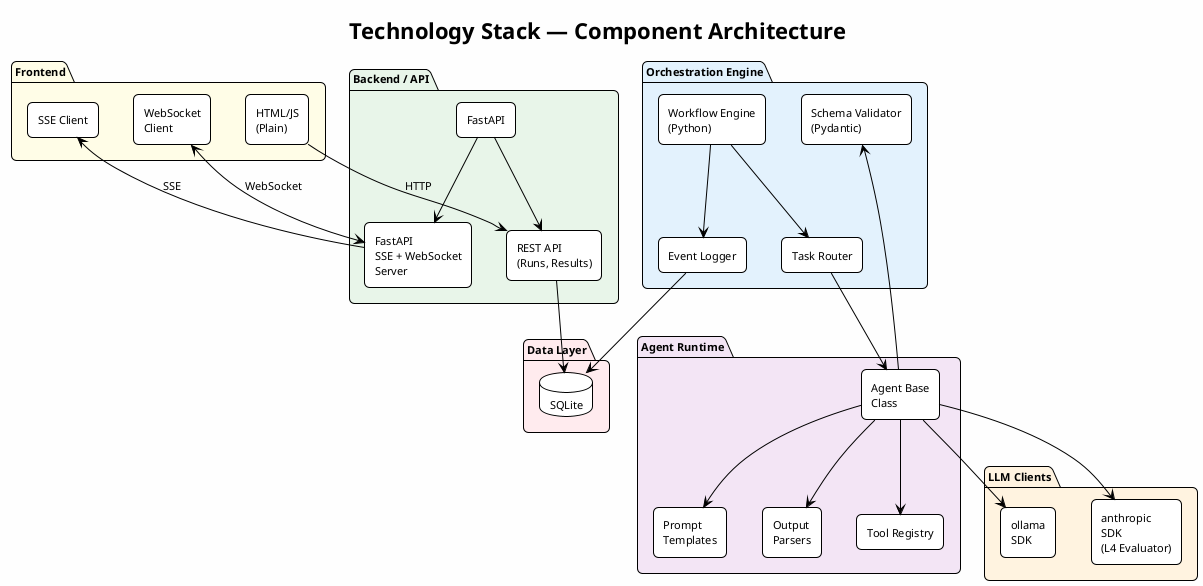
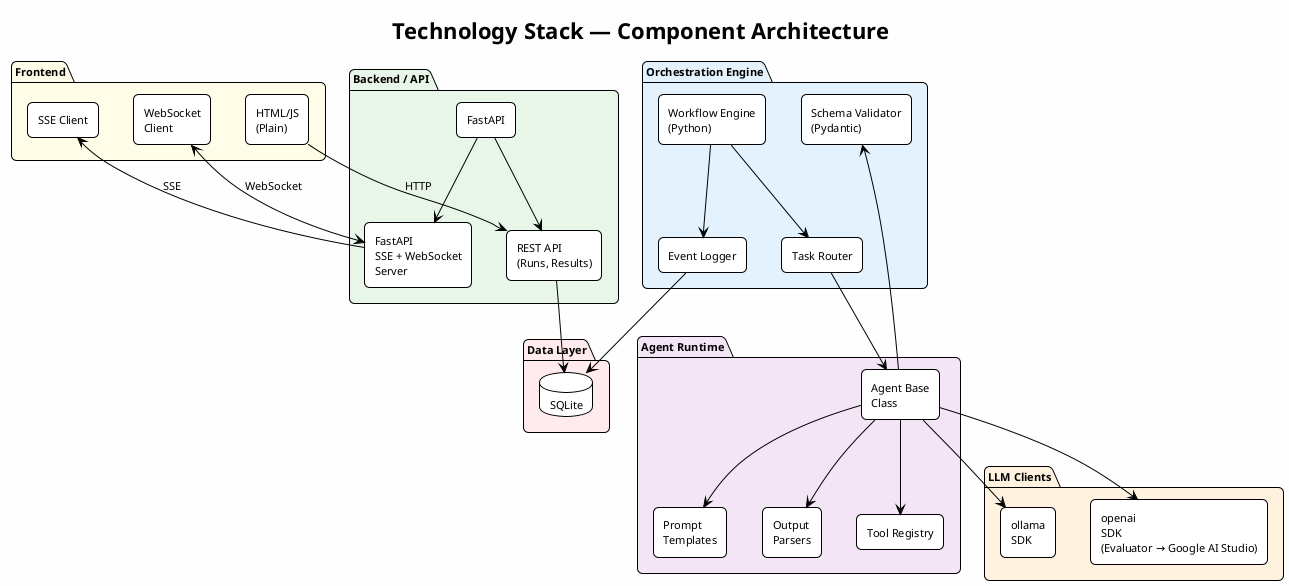
@startuml tech_stack
!theme plain
skinparam backgroundColor #FEFEFE
skinparam defaultFontName "Segoe UI"
skinparam defaultFontSize 11
skinparam shadowing false
skinparam roundCorner 10
skinparam componentStyle rectangle

title **Technology Stack — Component Architecture**

package "Frontend" #FFFDE7 {
  component "HTML/JS\n(Plain)" as htmljs
  component "SSE Client" as sseclient
  component "WebSocket\nClient" as wsclient
}

package "Backend / API" #E8F5E9 {
  component "FastAPI" as fastapi
  component "FastAPI\nSSE + WebSocket\nServer" as rtserver
  component "REST API\n(Runs, Results)" as rest
}

package "Orchestration Engine" #E3F2FD {
  component "Workflow Engine\n(Python)" as workflow
  component "Task Router" as tasker
  component "Schema Validator\n(Pydantic)" as pydantic
  component "Event Logger" as evlog
}

package "Agent Runtime" #F3E5F5 {
  component "Agent Base\nClass" as agentbase
  component "Tool Registry" as tools
  component "Prompt\nTemplates" as prompts
  component "Output\nParsers" as parsers
}

package "LLM Clients" #FFF3E0 {
  component "ollama\nSDK" as ollama
-   component "anthropic\nSDK\n(L4 Evaluator)" as anth
+   component "openai\nSDK\n(Evaluator → Google AI Studio)" as google_sdk
}

package "Data Layer" #FFEBEE {
  database "SQLite" as sqlite
}

wsclient <--> rtserver : "WebSocket"
sseclient <-- rtserver : "SSE"
rest <-- htmljs : "HTTP"

fastapi --> rtserver
fastapi --> rest

workflow --> tasker
tasker --> agentbase
agentbase --> pydantic
agentbase --> tools
agentbase --> prompts
agentbase --> parsers
workflow --> evlog

agentbase --> ollama
- agentbase --> anth
+ agentbase --> google_sdk

evlog --> sqlite
rest --> sqlite

@enduml
